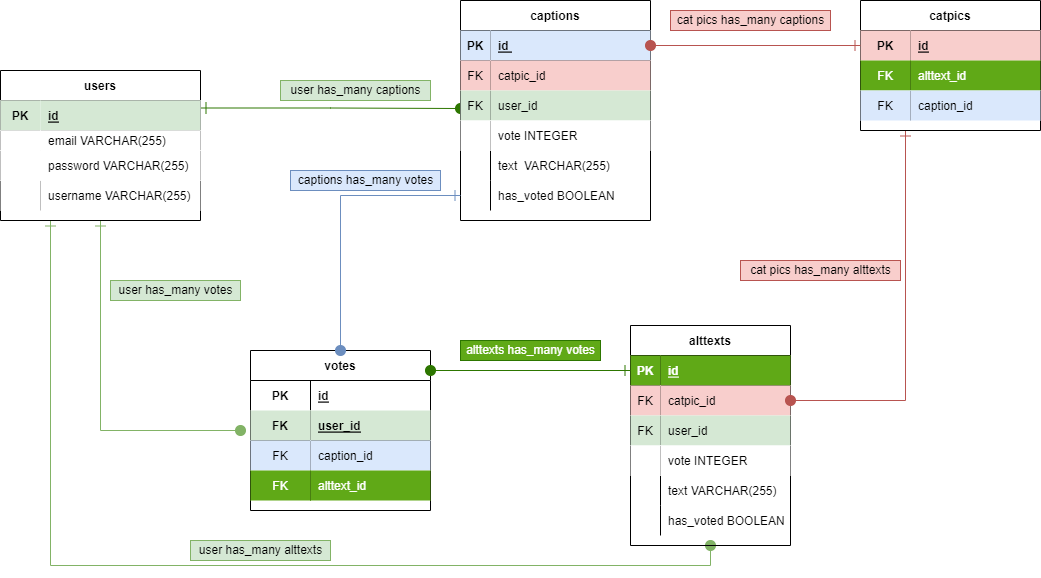
kokopuffz/Project2 keeps this draw.io diagram as ERD.drawio.png. Above is the earlier version. Source tidied: cells renumbered, new cells last; positions are measured from the earlier drawing's top-left corner, leaving out a move shared by most shapes.
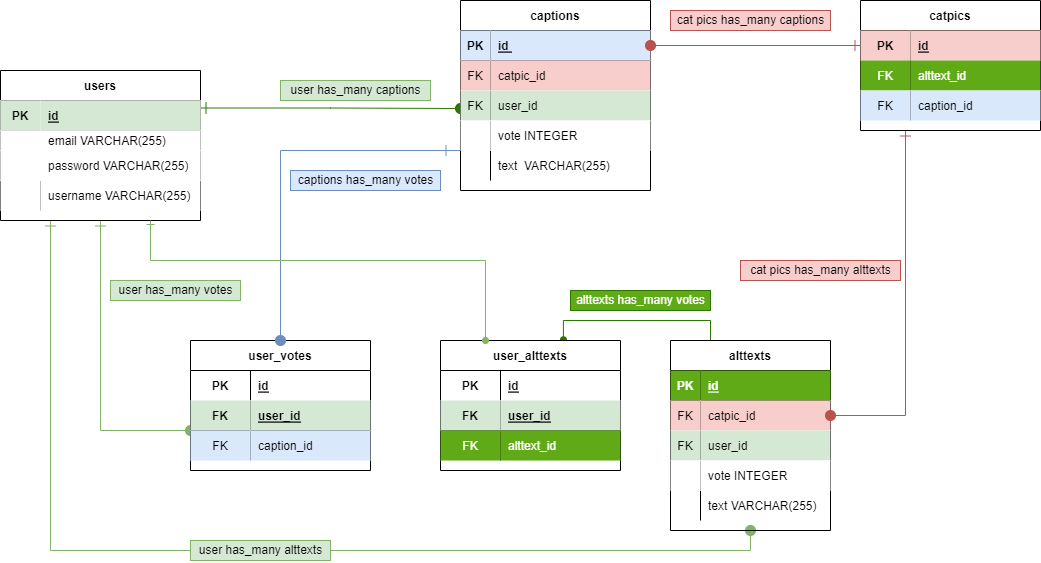
After the change.

The edit, as a diff of the source:
```diff
@@ -7,9 +7,8 @@
         <mxPoint x="460" y="108" as="targetPoint" />
       </mxGeometry>
     </mxCell>
-    <mxCell id="3" style="edgeStyle=orthogonalEdgeStyle;rounded=0;jettySize=auto;html=1;exitX=0.5;exitY=1;exitDx=0;exitDy=0;startArrow=ERone;startFill=0;endArrow=oval;endFill=1;startSize=9;endSize=10;strokeWidth=1;fillColor=#d5e8d4;strokeColor=#82b366;" parent="1" edge="1" source="5">
+    <mxCell id="3" style="edgeStyle=orthogonalEdgeStyle;rounded=0;jettySize=auto;html=1;exitX=0.5;exitY=1;exitDx=0;exitDy=0;startArrow=ERone;startFill=0;endArrow=oval;endFill=1;startSize=9;endSize=10;strokeWidth=1;fillColor=#d5e8d4;strokeColor=#82b366;" parent="1" edge="1" source="5" target="60">
       <mxGeometry relative="1" as="geometry">
-        <mxPoint x="240" y="430" as="targetPoint" />
         <Array as="points">
           <mxPoint x="100" y="430" />
         </Array>
@@ -58,7 +57,7 @@
       <mxGeometry x="40" width="160" height="30" as="geometry" />
     </mxCell>
     <mxCell id="18" value="captions" style="shape=table;startSize=30;rowLines=0;fontStyle=1;align=center;" parent="1" vertex="1">
-      <mxGeometry x="460" width="190" height="220" as="geometry" />
+      <mxGeometry x="460" width="190" height="190" as="geometry" />
     </mxCell>
     <mxCell id="19" style="shape=tableRow;horizontal=0;startSize=0;swimlaneHead=0;swimlaneBody=0;fillColor=none;points=[[0,0.5],[1,0.5]];portConstraint=eastwest;top=0;left=0;right=0;bottom=1;" parent="18" vertex="1">
       <mxGeometry y="30" width="190" height="30" as="geometry" />
@@ -105,17 +104,11 @@
     <mxCell id="33" value="text  VARCHAR(255)" style="shape=partialRectangle;fillColor=none;top=0;left=0;bottom=0;right=0;align=left;spacingLeft=6;overflow=hidden;" parent="31" vertex="1">
       <mxGeometry x="30" width="160" height="30" as="geometry" />
     </mxCell>
-    <mxCell id="34" style="shape=tableRow;horizontal=0;startSize=0;swimlaneHead=0;swimlaneBody=0;fillColor=none;points=[[0,0.5],[1,0.5]];portConstraint=eastwest;top=0;left=0;right=0;bottom=0;labelBackgroundColor=none;" parent="18" vertex="1">
-      <mxGeometry y="180" width="190" height="30" as="geometry" />
-    </mxCell>
-    <mxCell id="35" style="shape=partialRectangle;fillColor=none;top=0;left=0;bottom=0;right=0;overflow=hidden;labelBackgroundColor=none;" parent="34" vertex="1">
-      <mxGeometry width="30" height="30" as="geometry" />
-    </mxCell>
-    <mxCell id="36" value="has_voted BOOLEAN" style="shape=partialRectangle;fillColor=none;top=0;left=0;bottom=0;right=0;align=left;spacingLeft=6;overflow=hidden;labelBackgroundColor=none;" parent="34" vertex="1">
-      <mxGeometry x="30" width="160" height="30" as="geometry" />
-    </mxCell>
+    <mxCell id="90" style="edgeStyle=orthogonalEdgeStyle;rounded=0;jettySize=auto;html=1;exitX=0.25;exitY=0;exitDx=0;exitDy=0;entryX=0.683;entryY=-0.006;entryDx=0;entryDy=0;entryPerimeter=0;fillColor=#60a917;strokeColor=#2D7600;endArrow=oval;endFill=1;" parent="1" edge="1" source="37" target="91">
+      <mxGeometry relative="1" as="geometry" />
+    </mxCell>
     <mxCell id="37" value="alttexts" style="shape=table;startSize=30;rowLines=0;fontStyle=1;align=center;fillColor=#FFFFFF;" parent="1" vertex="1">
-      <mxGeometry x="630" y="325" width="160" height="220" as="geometry" />
+      <mxGeometry x="670" y="340" width="160" height="190" as="geometry" />
     </mxCell>
     <mxCell id="38" style="shape=tableRow;horizontal=0;startSize=0;swimlaneHead=0;swimlaneBody=0;fillColor=none;points=[[0,0.5],[1,0.5]];portConstraint=eastwest;top=0;left=0;right=0;bottom=1;" parent="37" vertex="1">
       <mxGeometry y="30" width="160" height="30" as="geometry" />
@@ -162,17 +155,8 @@
     <mxCell id="52" value="text VARCHAR(255)" style="shape=partialRectangle;fillColor=none;top=0;left=0;bottom=0;right=0;align=left;spacingLeft=6;overflow=hidden;" parent="50" vertex="1">
       <mxGeometry x="30" width="130" height="30" as="geometry" />
     </mxCell>
-    <mxCell id="53" style="shape=tableRow;horizontal=0;startSize=0;swimlaneHead=0;swimlaneBody=0;fillColor=none;top=0;left=0;right=0;bottom=0;labelBackgroundColor=none;" parent="37" vertex="1">
-      <mxGeometry y="180" width="160" height="30" as="geometry" />
-    </mxCell>
-    <mxCell id="54" style="shape=partialRectangle;fillColor=none;top=0;left=0;bottom=0;right=0;overflow=hidden;labelBackgroundColor=none;" parent="53" vertex="1">
-      <mxGeometry width="30" height="30" as="geometry" />
-    </mxCell>
-    <mxCell id="55" value="has_voted BOOLEAN" style="shape=partialRectangle;fillColor=none;top=0;left=0;bottom=0;right=0;align=left;spacingLeft=6;overflow=hidden;labelBackgroundColor=none;" parent="53" vertex="1">
-      <mxGeometry x="30" width="130" height="30" as="geometry" />
-    </mxCell>
-    <mxCell id="56" value="votes" style="shape=table;startSize=30;rowLines=0;fontStyle=1;align=center;fillColor=#FFFFFF;" parent="1" vertex="1">
-      <mxGeometry x="250" y="350" width="180" height="160" as="geometry" />
+    <mxCell id="56" value="user_votes" style="shape=table;startSize=30;rowLines=0;fontStyle=1;align=center;fillColor=#FFFFFF;" parent="1" vertex="1">
+      <mxGeometry x="190" y="340" width="180" height="130" as="geometry" />
     </mxCell>
     <mxCell id="57" style="shape=tableRow;horizontal=0;startSize=0;swimlaneHead=0;swimlaneBody=0;fillColor=none;top=0;left=0;right=0;bottom=0;" parent="56" vertex="1">
       <mxGeometry y="30" width="180" height="30" as="geometry" />
@@ -201,15 +185,6 @@
     <mxCell id="65" value="caption_id" style="shape=partialRectangle;fillColor=#dae8fc;top=0;left=0;bottom=0;right=0;align=left;spacingLeft=6;overflow=hidden;strokeColor=#6c8ebf;" parent="63" vertex="1">
       <mxGeometry x="60" width="120" height="30" as="geometry" />
     </mxCell>
-    <mxCell id="66" style="shape=tableRow;horizontal=0;startSize=0;swimlaneHead=0;swimlaneBody=0;fillColor=none;top=0;left=0;right=0;bottom=0;" parent="56" vertex="1">
-      <mxGeometry y="120" width="180" height="30" as="geometry" />
-    </mxCell>
-    <mxCell id="67" value="FK" style="shape=partialRectangle;fillColor=#60a917;top=0;left=0;bottom=0;right=0;overflow=hidden;fontColor=#ffffff;strokeColor=#2D7600;" parent="66" vertex="1">
-      <mxGeometry width="60" height="30" as="geometry" />
-    </mxCell>
-    <mxCell id="68" value="alttext_id" style="shape=partialRectangle;fillColor=#60a917;top=0;left=0;bottom=0;right=0;align=left;spacingLeft=6;overflow=hidden;fontColor=#ffffff;strokeColor=#2D7600;" parent="66" vertex="1">
-      <mxGeometry x="60" width="120" height="30" as="geometry" />
-    </mxCell>
     <mxCell id="69" style="edgeStyle=orthogonalEdgeStyle;rounded=0;jettySize=auto;html=1;exitX=0.25;exitY=1;exitDx=0;exitDy=0;entryX=1;entryY=0.5;entryDx=0;entryDy=0;startArrow=ERone;startFill=0;endArrow=oval;endFill=1;startSize=9;endSize=10;strokeWidth=1;fillColor=#f8cecc;strokeColor=#b85450;" parent="1" edge="1" source="70" target="41">
       <mxGeometry relative="1" as="geometry" />
     </mxCell>
@@ -255,17 +230,20 @@
     <mxCell id="83" value="user has_many votes" style="text;html=1;align=center;verticalAlign=middle;strokeColor=#82b366;fillColor=#d5e8d4;" parent="1" vertex="1">
       <mxGeometry x="110" y="280" width="130" height="20" as="geometry" />
     </mxCell>
-    <mxCell id="84" style="edgeStyle=orthogonalEdgeStyle;rounded=0;jettySize=auto;html=1;exitX=0;exitY=0.5;exitDx=0;exitDy=0;entryX=0.5;entryY=0;entryDx=0;entryDy=0;startArrow=ERone;startFill=0;endArrow=oval;endFill=1;startSize=9;endSize=10;strokeWidth=1;fillColor=#dae8fc;strokeColor=#6c8ebf;" parent="1" edge="1" source="34" target="56">
-      <mxGeometry relative="1" as="geometry" />
+    <mxCell id="84" style="edgeStyle=orthogonalEdgeStyle;rounded=0;jettySize=auto;html=1;entryX=0.5;entryY=0;entryDx=0;entryDy=0;startArrow=ERone;startFill=0;endArrow=oval;endFill=1;startSize=9;endSize=10;strokeWidth=1;fillColor=#dae8fc;strokeColor=#6c8ebf;" parent="1" edge="1" target="56">
+      <mxGeometry relative="1" as="geometry">
+        <mxPoint x="440" y="150" as="sourcePoint" />
+        <Array as="points">
+          <mxPoint x="460" y="150" />
+          <mxPoint x="280" y="150" />
+        </Array>
+      </mxGeometry>
     </mxCell>
     <mxCell id="85" value="cat pics has_many alttexts" style="text;html=1;align=center;verticalAlign=middle;strokeColor=#b85450;fillColor=#f8cecc;" parent="1" vertex="1">
       <mxGeometry x="740" y="260" width="160" height="20" as="geometry" />
     </mxCell>
-    <mxCell id="86" style="edgeStyle=orthogonalEdgeStyle;rounded=0;jettySize=auto;html=1;exitX=0;exitY=0.5;exitDx=0;exitDy=0;entryX=1;entryY=0.125;entryDx=0;entryDy=0;entryPerimeter=0;startArrow=ERone;startFill=0;endArrow=oval;endFill=1;startSize=9;endSize=10;strokeWidth=1;fillColor=#60a917;strokeColor=#2D7600;" parent="1" edge="1" source="38" target="56">
-      <mxGeometry relative="1" as="geometry" />
-    </mxCell>
     <mxCell id="87" value="alttexts has_many votes" style="text;html=1;align=center;verticalAlign=middle;strokeColor=#2D7600;fillColor=#60a917;fontColor=#ffffff;" parent="1" vertex="1">
-      <mxGeometry x="460" y="340" width="140" height="20" as="geometry" />
+      <mxGeometry x="570" y="290" width="140" height="20" as="geometry" />
     </mxCell>
     <mxCell id="88" value="user has_many alttexts" style="text;html=1;align=center;verticalAlign=middle;strokeColor=#82b366;fillColor=#d5e8d4;" parent="1" vertex="1">
       <mxGeometry x="190" y="540" width="140" height="20" as="geometry" />
@@ -273,5 +251,43 @@
     <mxCell id="89" value="captions has_many votes" style="text;html=1;align=center;verticalAlign=middle;strokeColor=#6c8ebf;fillColor=#dae8fc;" parent="1" vertex="1">
       <mxGeometry x="290" y="170" width="150" height="20" as="geometry" />
     </mxCell>
+    <mxCell id="91" value="user_alttexts" style="shape=table;startSize=30;rowLines=0;fontStyle=1;align=center;fillColor=#FFFFFF;" parent="1" vertex="1">
+      <mxGeometry x="440" y="340" width="180" height="130" as="geometry" />
+    </mxCell>
+    <mxCell id="92" style="shape=tableRow;horizontal=0;startSize=0;swimlaneHead=0;swimlaneBody=0;fillColor=none;top=0;left=0;right=0;bottom=0;" parent="91" vertex="1">
+      <mxGeometry y="30" width="180" height="30" as="geometry" />
+    </mxCell>
+    <mxCell id="93" value="PK" style="shape=partialRectangle;fillColor=none;top=0;left=0;bottom=0;right=0;fontStyle=1;overflow=hidden;" parent="92" vertex="1">
+      <mxGeometry width="60" height="30" as="geometry" />
+    </mxCell>
+    <mxCell id="94" value="id" style="shape=partialRectangle;fillColor=none;top=0;left=0;bottom=0;right=0;align=left;spacingLeft=6;fontStyle=5;overflow=hidden;" parent="92" vertex="1">
+      <mxGeometry x="60" width="120" height="30" as="geometry" />
+    </mxCell>
+    <mxCell id="95" style="shape=tableRow;horizontal=0;startSize=0;swimlaneHead=0;swimlaneBody=0;fillColor=none;top=0;left=0;right=0;bottom=1;" parent="91" vertex="1">
+      <mxGeometry y="60" width="180" height="30" as="geometry" />
+    </mxCell>
+    <mxCell id="96" value="FK" style="shape=partialRectangle;fillColor=#d5e8d4;top=0;left=0;bottom=0;right=0;fontStyle=1;overflow=hidden;strokeColor=#82b366;" parent="95" vertex="1">
+      <mxGeometry width="60" height="30" as="geometry" />
+    </mxCell>
+    <mxCell id="97" value="user_id" style="shape=partialRectangle;fillColor=#d5e8d4;top=0;left=0;bottom=0;right=0;align=left;spacingLeft=6;fontStyle=5;overflow=hidden;strokeColor=#82b366;" parent="95" vertex="1">
+      <mxGeometry x="60" width="120" height="30" as="geometry" />
+    </mxCell>
+    <mxCell id="98" style="shape=tableRow;horizontal=0;startSize=0;swimlaneHead=0;swimlaneBody=0;fillColor=none;top=0;left=0;right=0;bottom=0;" parent="91" vertex="1">
+      <mxGeometry y="90" width="180" height="30" as="geometry" />
+    </mxCell>
+    <mxCell id="67" value="FK" style="shape=partialRectangle;fillColor=#60a917;top=0;left=0;bottom=0;right=0;overflow=hidden;fontColor=#ffffff;strokeColor=#2D7600;" parent="98" vertex="1">
+      <mxGeometry width="60" height="30" as="geometry" />
+    </mxCell>
+    <mxCell id="68" value="alttext_id" style="shape=partialRectangle;fillColor=#60a917;top=0;left=0;bottom=0;right=0;align=left;spacingLeft=6;overflow=hidden;fontColor=#ffffff;strokeColor=#2D7600;" parent="98" vertex="1">
+      <mxGeometry x="60" width="120" height="30" as="geometry" />
+    </mxCell>
+    <mxCell id="99" style="edgeStyle=orthogonalEdgeStyle;rounded=0;jettySize=auto;html=1;entryX=0.25;entryY=0;entryDx=0;entryDy=0;exitX=0.75;exitY=1;exitDx=0;exitDy=0;startArrow=ERone;startFill=0;fillColor=#d5e8d4;strokeColor=#82b366;endArrow=oval;endFill=1;" parent="1" edge="1" source="5" target="91">
+      <mxGeometry relative="1" as="geometry">
+        <Array as="points">
+          <mxPoint x="150" y="260" />
+          <mxPoint x="485" y="260" />
+        </Array>
+      </mxGeometry>
+    </mxCell>
   </root>
 </mxGraphModel>
```
